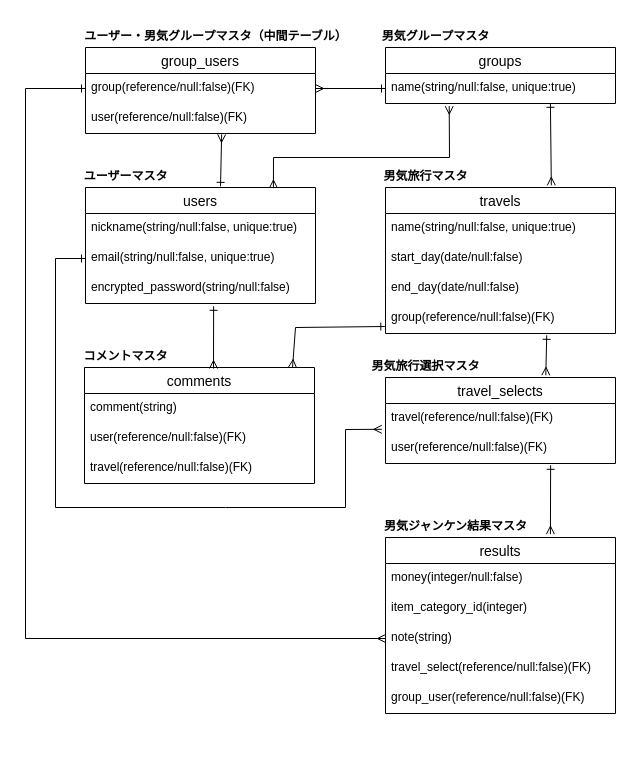
Before: ER.dio in Shira3yuriharu/otokogi-janken-app, a draw.io diagram. Source tidied: cells renumbered, new cells numbered last; positions are measured from the earlier drawing's top-left corner, leaving out a move shared by most shapes. Both pictures are drawn from the tidied source at 100%, with x=0, y=0 at pixel (25, 17).
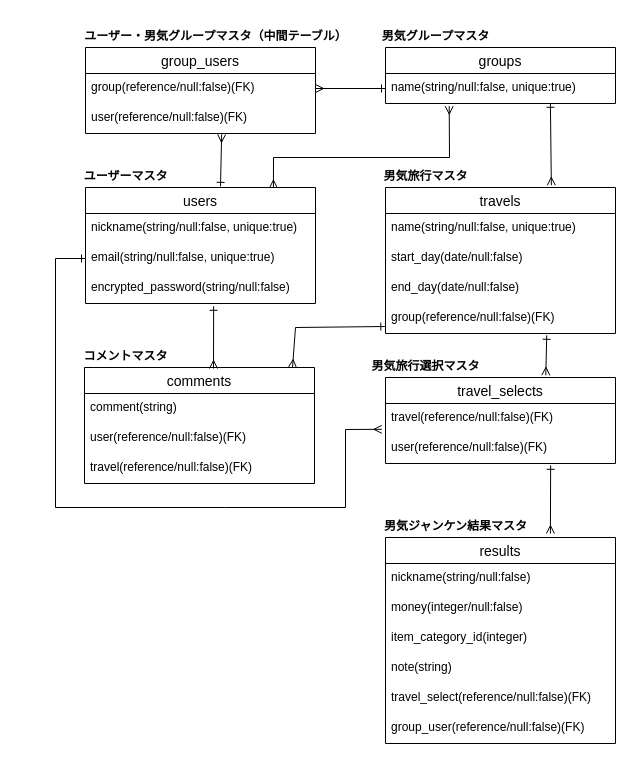
The same diagram, later.

The change refers to these unchanged cells:
```xml
<mxCell id="8" value="group(reference/null:false)(FK)" style="text;strokeColor=none;fillColor=none;spacingLeft=4;spacingRight=4;overflow=hidden;points=[[0,0.5],[1,0.5]];portConstraint=eastwest;fontSize=12;" parent="7" vertex="1">
  <mxGeometry y="26" width="230" height="30" as="geometry" />
</mxCell>
```

The edit, as a diff of the source:
```diff
@@
     <mxCell id="23" value="results" style="swimlane;fontStyle=0;horizontal=1;startSize=26;align=center;fontSize=14;" parent="1" vertex="1">
-      <mxGeometry x="360" y="520" width="230" height="176" as="geometry" />
+      <mxGeometry x="360" y="520" width="230" height="206" as="geometry" />
     </mxCell>
+    <mxCell id="46" value="nickname(string/null:false)" style="text;strokeColor=none;fillColor=none;spacingLeft=4;spacingRight=4;overflow=hidden;fontSize=12;" parent="23" vertex="1">
+      <mxGeometry y="26" width="230" height="30" as="geometry" />
+    </mxCell>
     <mxCell id="24" value="money(integer/null:false)" style="text;strokeColor=none;fillColor=none;spacingLeft=4;spacingRight=4;overflow=hidden;fontSize=12;" parent="23" vertex="1">
-      <mxGeometry y="26" width="230" height="30" as="geometry" />
+      <mxGeometry y="56" width="230" height="30" as="geometry" />
     </mxCell>
     <mxCell id="25" value="item_category_id(integer)" style="text;strokeColor=none;fillColor=none;spacingLeft=4;spacingRight=4;overflow=hidden;fontSize=12;" parent="23" vertex="1">
-      <mxGeometry y="56" width="230" height="30" as="geometry" />
+      <mxGeometry y="86" width="230" height="30" as="geometry" />
     </mxCell>
     <mxCell id="26" value="note(string)" style="text;strokeColor=none;fillColor=none;spacingLeft=4;spacingRight=4;overflow=hidden;points=[[0,0.5],[1,0.5]];portConstraint=eastwest;fontSize=12;" parent="23" vertex="1">
-      <mxGeometry y="86" width="230" height="30" as="geometry" />
+      <mxGeometry y="116" width="230" height="30" as="geometry" />
     </mxCell>
     <mxCell id="27" value="travel_select(reference/null:false)(FK)" style="text;strokeColor=none;fillColor=none;spacingLeft=4;spacingRight=4;overflow=hidden;fontSize=12;" parent="23" vertex="1">
-      <mxGeometry y="116" width="230" height="30" as="geometry" />
+      <mxGeometry y="146" width="230" height="30" as="geometry" />
     </mxCell>
     <mxCell id="28" value="group_user(reference/null:false)(FK)" style="text;strokeColor=none;fillColor=none;spacingLeft=4;spacingRight=4;overflow=hidden;fontSize=12;" parent="23" vertex="1">
-      <mxGeometry y="146" width="230" height="30" as="geometry" />
+      <mxGeometry y="176" width="230" height="30" as="geometry" />
     </mxCell>
@@
-    <mxCell id="45" style="endArrow=ERmany;html=1;rounded=0;endFill=0;startArrow=ERone;startFill=0;exitX=0;exitY=0.5;exitDx=0;exitDy=0;entryX=0;entryY=0.5;entryDx=0;entryDy=0;" parent="1" edge="1" source="8" target="26">
-      <mxGeometry relative="1" as="geometry">
-        <Array as="points">
-          <mxPoint y="71" />
-          <mxPoint y="621" />
-        </Array>
-      </mxGeometry>
-    </mxCell>
```
